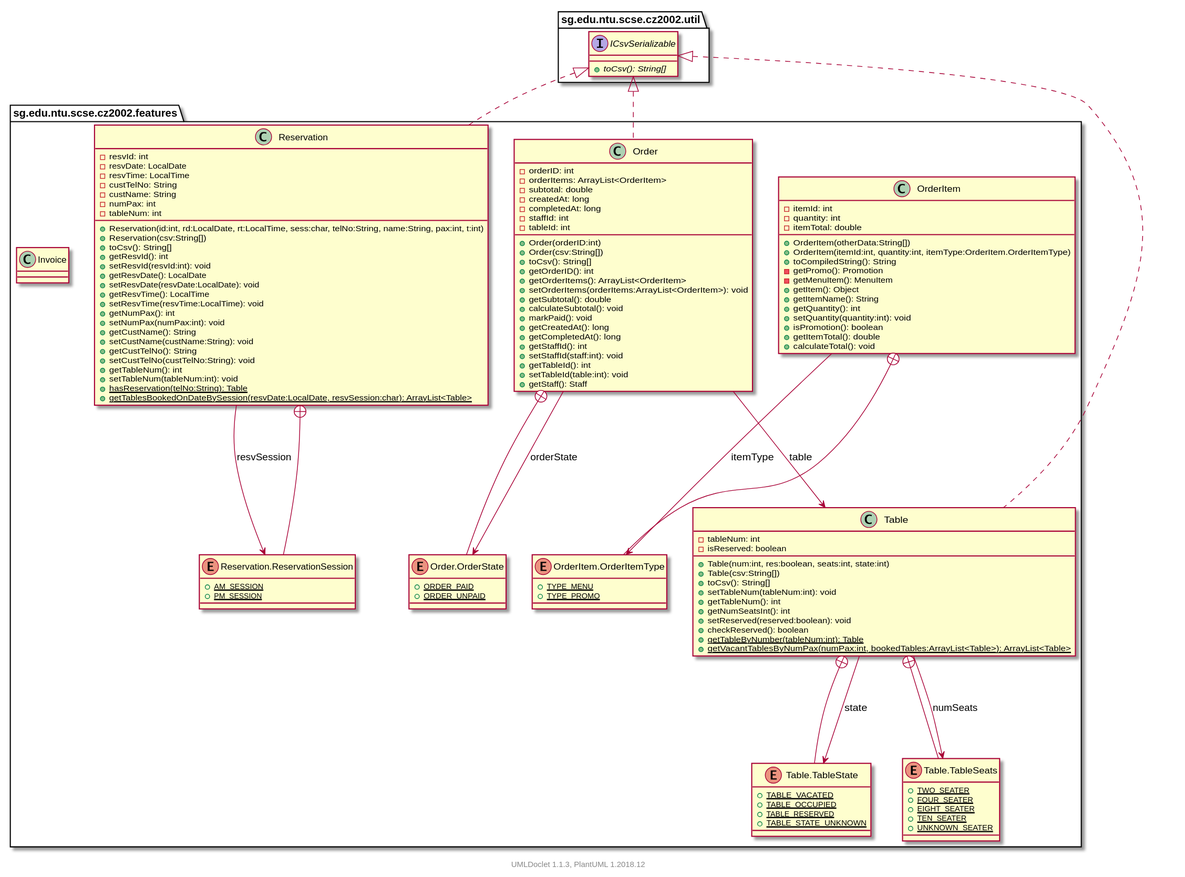
Above: projects/oodp/html/umlversion/uml/sg.edu.ntu.scse.cz2002.features.package.svg in itachi1706/How-to-use-Git-NTUSCSE1819-Site (PlantUML), before the change.
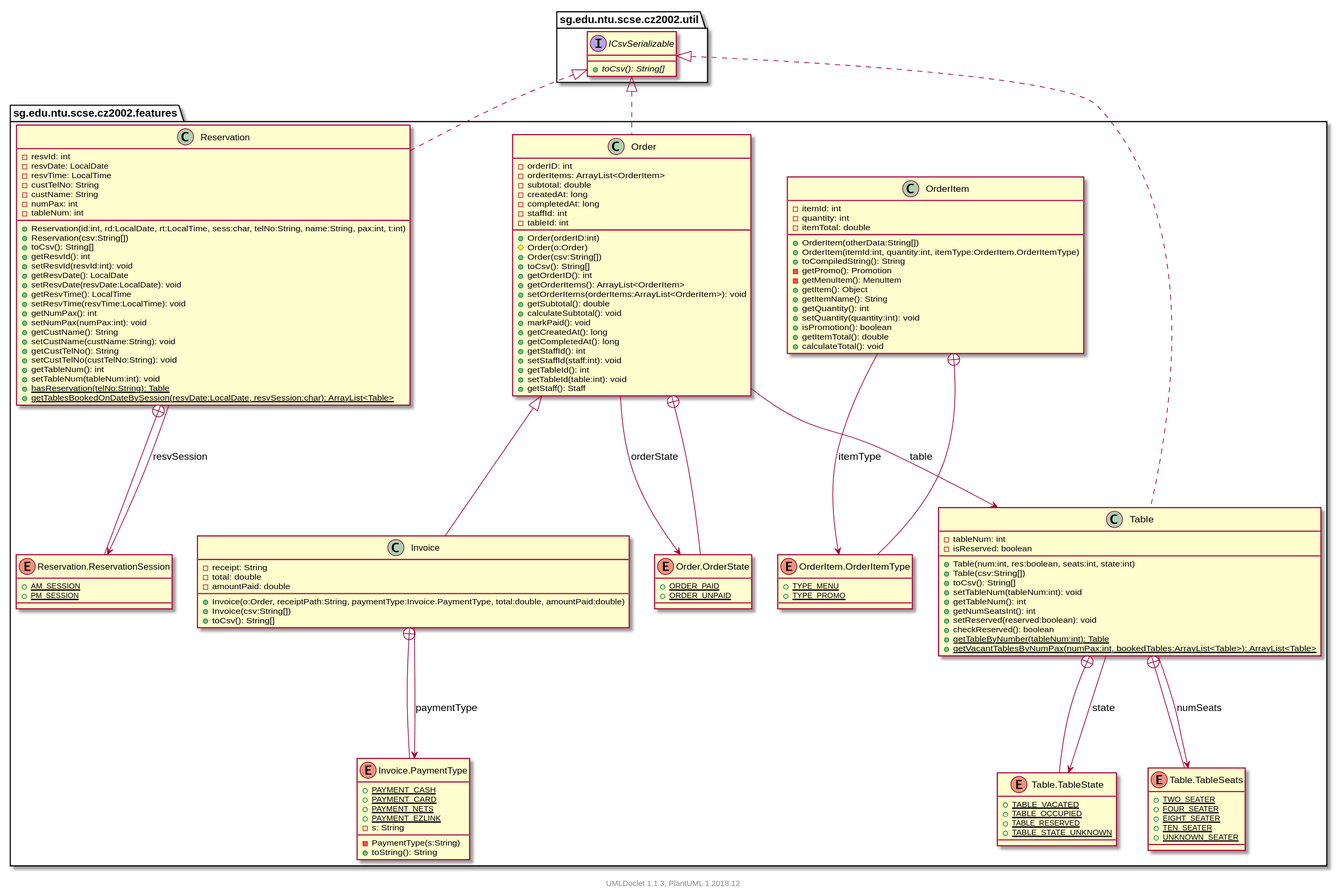
The same diagram one commit later.

The edit, as a diff of the source:
```diff
@@ -68,6 +68,7 @@
             -staffId: int
             -tableId: int
             +Order(orderID:int)
+            #Order(o:Order)
             +Order(csv:String[])
             +toCsv(): String[]
             +getOrderID(): int
@@ -91,6 +92,22 @@
         }
 
         class Invoice [[../sg/edu/ntu/scse/cz2002/features/Invoice.html]] {
+            -receipt: String
+            -total: double
+            -amountPaid: double
+            +Invoice(o:Order, receiptPath:String, paymentType:Invoice.PaymentType, total:double, amountPaid:double)
+            +Invoice(csv:String[])
+            +toCsv(): String[]
+        }
+
+        enum sg.edu.ntu.scse.cz2002.features.Invoice.PaymentType [[../sg/edu/ntu/scse/cz2002/features/Invoice.PaymentType.html]] {
+            {static} +PAYMENT_CASH
+            {static} +PAYMENT_CARD
+            {static} +PAYMENT_NETS
+            {static} +PAYMENT_EZLINK
+            -s: String
+            -PaymentType(s:String)
+            +toString(): String
         }
 
         class Table [[../sg/edu/ntu/scse/cz2002/features/Table.html]] {
@@ -136,6 +153,10 @@
 
         Order +-- sg.edu.ntu.scse.cz2002.features.Order.OrderState
 
+        Order <|-- Invoice
+
+        Invoice +-- sg.edu.ntu.scse.cz2002.features.Invoice.PaymentType
+
         sg.edu.ntu.scse.cz2002.util.ICsvSerializable <|.. Table
 
         Table +-- sg.edu.ntu.scse.cz2002.features.Table.TableState
@@ -150,6 +171,8 @@
 
         Order --> Table: table
 
+        Invoice --> sg.edu.ntu.scse.cz2002.features.Invoice.PaymentType: paymentType
+
         Table --> sg.edu.ntu.scse.cz2002.features.Table.TableState: state
 
         Table --> sg.edu.ntu.scse.cz2002.features.Table.TableSeats: numSeats
```
